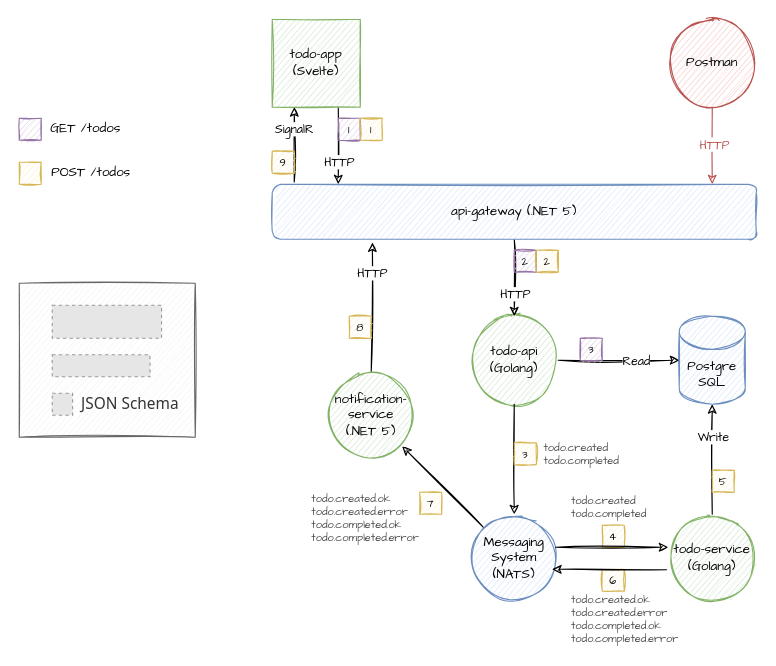
This is doc/architecture.drawio from heikkilamarko/todo-app, a draw.io file, before an edit. Source tidied: cells renumbered, new cells numbered last; positions are measured from the earlier drawing's top-left corner, leaving out a move shared by most shapes. Both pictures are drawn from the tidied source at 110%, with x=0, y=0 at pixel (19, 19). Pictures stored in the file or linked from it are replaced by grey dashed boxes.
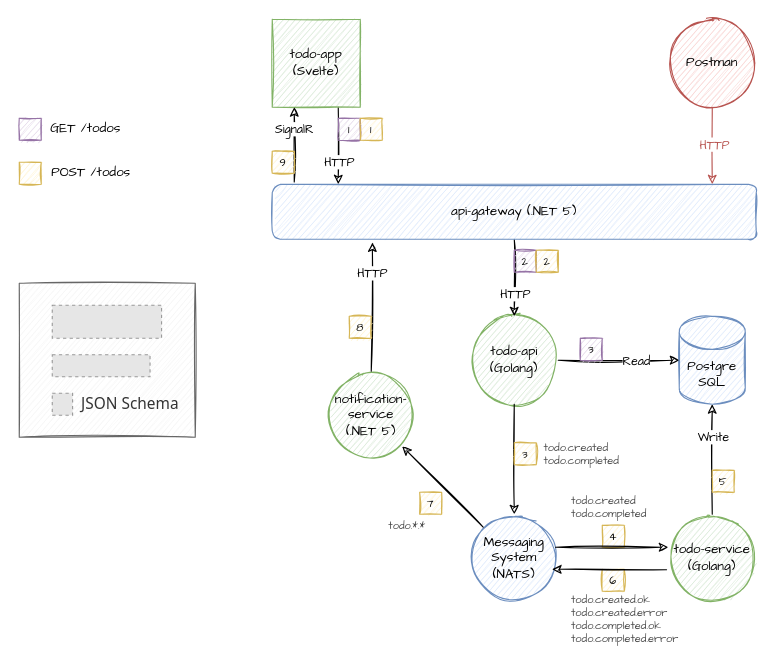
The same diagram, later.

The edit, as a diff of the source:
```diff
@@
-    <mxCell id="50" value="todo.created.ok&lt;br&gt;todo.created.error&lt;br&gt;todo.completed.ok&lt;br&gt;todo.completed.error" style="text;html=1;align=left;verticalAlign=middle;fillColor=none;strokeColor=none;rounded=0;fontFamily=Comic Sans MS;fontSize=10;fontColor=#4D4D4D;" parent="1" vertex="1">
-      <mxGeometry x="264" y="428" width="110" height="50" as="geometry" />
+    <mxCell id="50" value="todo.*.*" style="text;html=1;align=left;verticalAlign=middle;fillColor=none;strokeColor=none;rounded=0;fontFamily=Comic Sans MS;fontSize=10;fontColor=#4D4D4D;" parent="1" vertex="1">
+      <mxGeometry x="334" y="450" width="50" height="20" as="geometry" />
     </mxCell>
```
